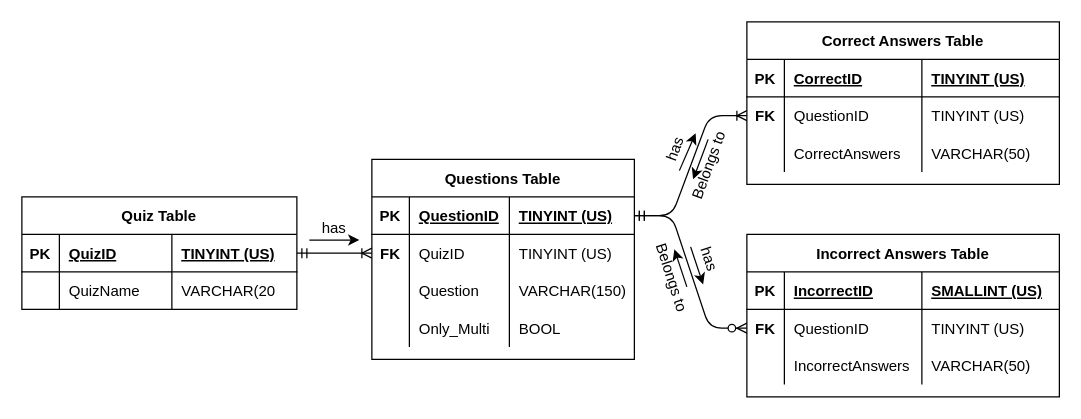
Above: ERD.drawio in TEESDAAL/QuizSite (draw.io), before the change. Source tidied: cells renumbered, new cells numbered last; positions are measured from the earlier drawing's top-left corner, leaving out a move shared by most shapes. Both pictures are drawn from the tidied source at 125%, with x=0, y=0 at pixel (21, 21).
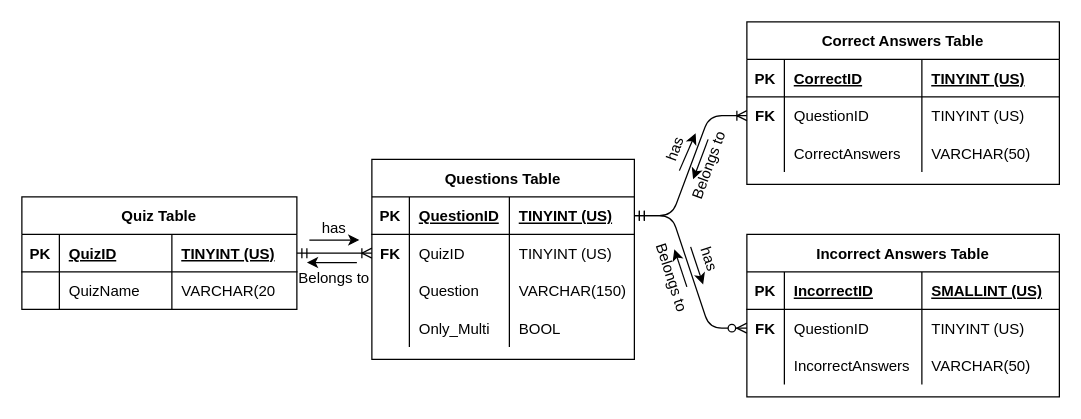
The same diagram, later.

Diff of the diagram source:
```diff
@@
+    <mxCell id="67" value="Belongs to" style="text;html=1;strokeColor=none;fillColor=none;align=center;verticalAlign=middle;whiteSpace=wrap;rounded=0;rotation=0;" parent="1" vertex="1">
+      <mxGeometry x="220" y="190" width="60" height="30" as="geometry" />
+    </mxCell>
+    <mxCell id="68" style="endArrow=classic;html=1;rounded=0;" parent="1" edge="1">
+      <mxGeometry relative="1" as="geometry">
+        <mxPoint x="268" y="192.5" as="sourcePoint" />
+        <mxPoint x="228" y="192.5" as="targetPoint" />
+      </mxGeometry>
+    </mxCell>
```
